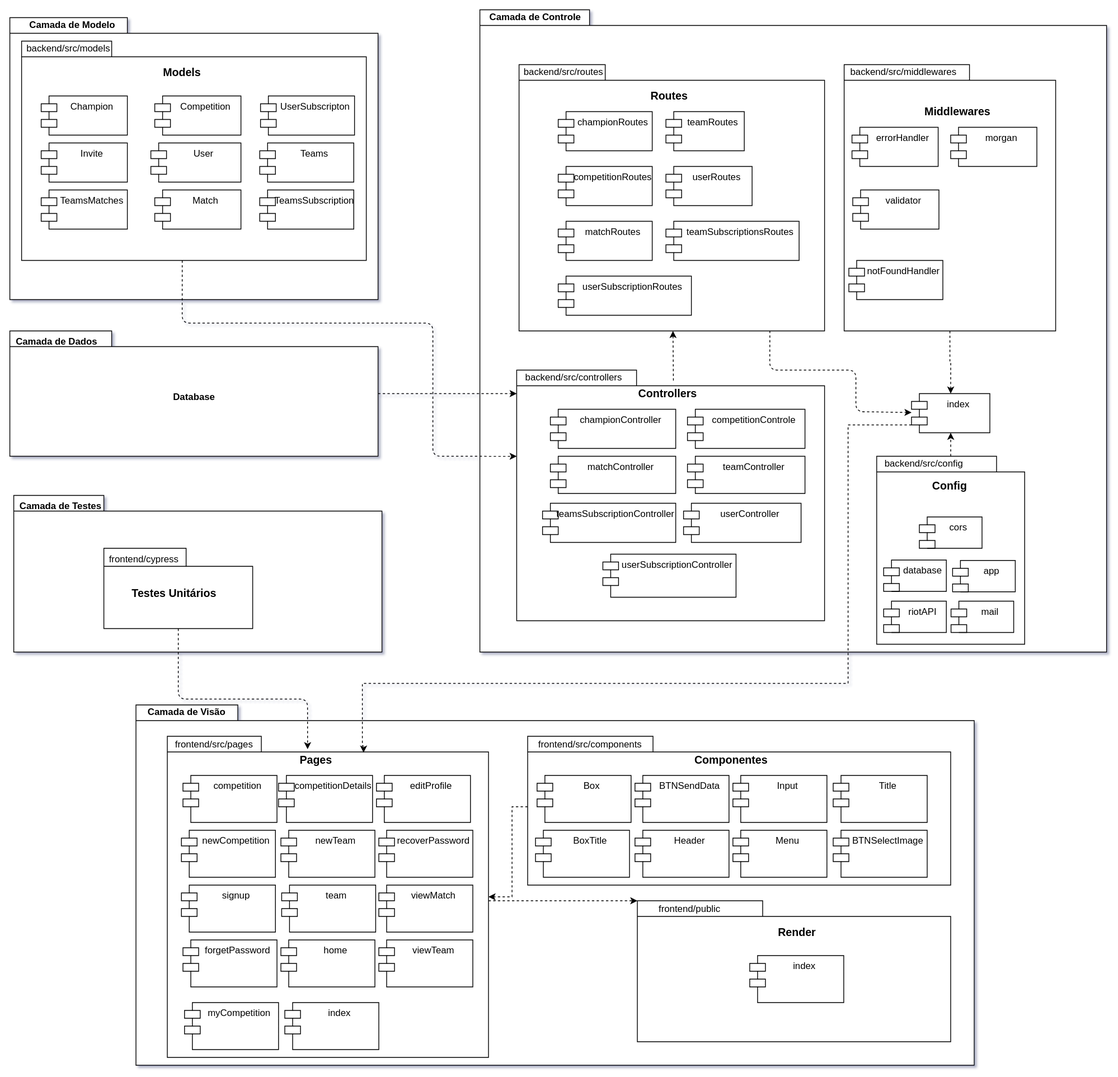
Earlier version of the draw.io export wiki-images/trab_arquitetura-To-be.svg (dsm-cefet-rj/trabalho-integrado-2020-1-grupo-1). Source tidied: cells renumbered, new cells last; positions are measured from the earlier drawing's top-left corner, leaving out a move shared by most shapes.
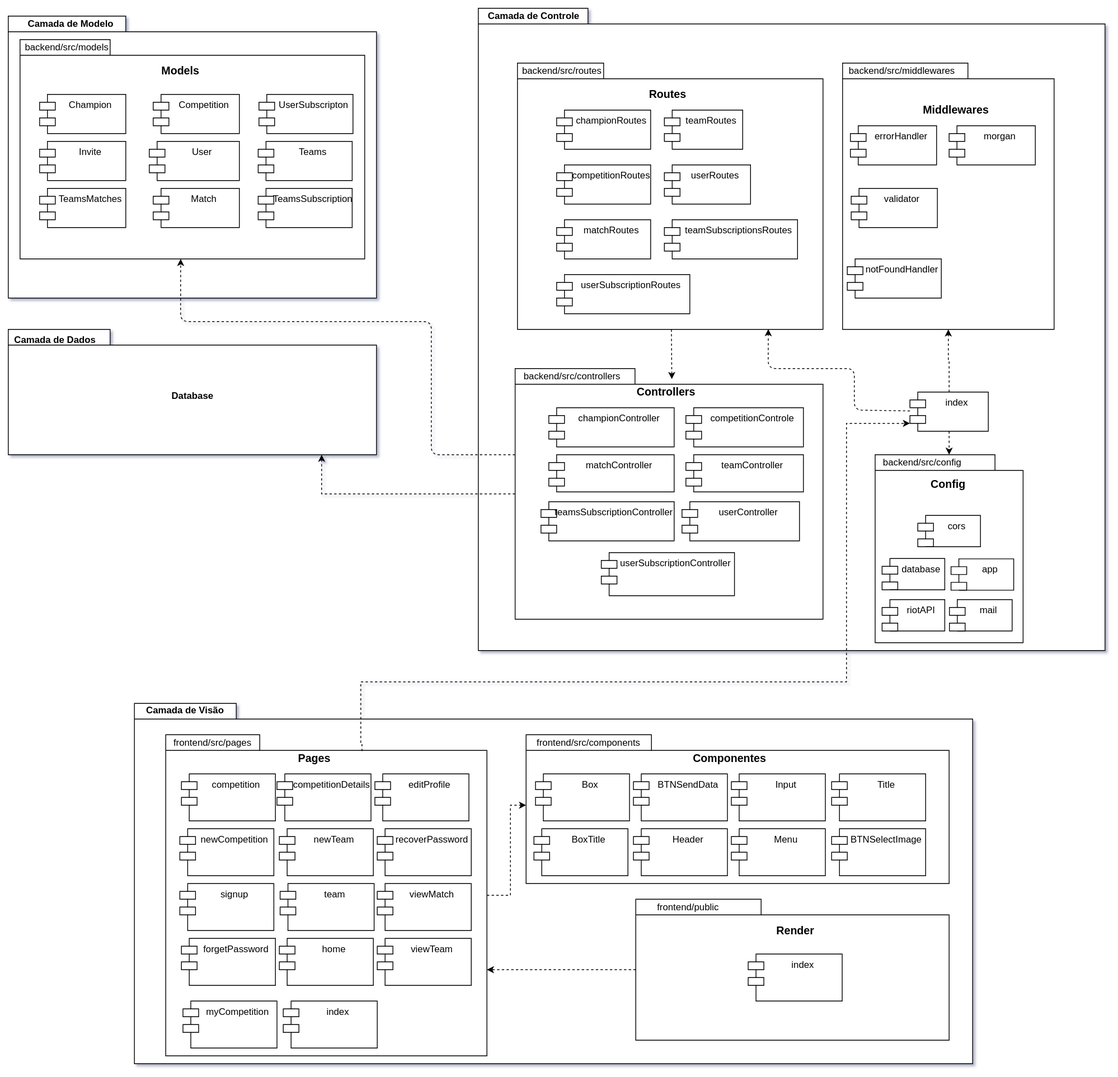
The same file after the commit.

What changed in the source:
```diff
@@ -47,7 +47,7 @@
     <mxCell id="16" style="shape=folder;fontStyle=1;spacingTop=10;tabWidth=153;tabHeight=20;tabPosition=left;html=1;" parent="1" vertex="1">
       <mxGeometry x="647" y="460" width="393" height="320" as="geometry" />
     </mxCell>
-    <mxCell id="17" style="edgeStyle=orthogonalEdgeStyle;rounded=0;jettySize=auto;html=1;dashed=1;entryX=0.5;entryY=0;entryDx=0;entryDy=0;" parent="1" edge="1" source="18" target="46">
+    <mxCell id="17" style="edgeStyle=orthogonalEdgeStyle;rounded=0;jettySize=auto;html=1;dashed=1;exitX=0.5;exitY=0;exitDx=0;exitDy=0;" parent="1" edge="1" source="46" target="18">
       <mxGeometry relative="1" as="geometry" />
     </mxCell>
     <mxCell id="18" style="shape=folder;fontStyle=1;spacingTop=10;tabWidth=160;tabHeight=20;tabPosition=left;html=1;" parent="1" vertex="1">
@@ -119,34 +119,22 @@
     <mxCell id="40" value="&lt;b&gt;Camada de Visão&lt;/b&gt;" style="text;html=1;strokeColor=none;fillColor=none;align=center;verticalAlign=middle;whiteSpace=wrap;rounded=0;" parent="1" vertex="1">
       <mxGeometry x="171" y="886.5" width="110" height="20" as="geometry" />
     </mxCell>
-    <mxCell id="41" style="shape=folder;fontStyle=1;spacingTop=10;tabWidth=115;tabHeight=20;tabPosition=left;html=1;" parent="1" vertex="1">
-      <mxGeometry x="5" y="620" width="470" height="200" as="geometry" />
-    </mxCell>
-    <mxCell id="42" value="&lt;b&gt;Camada de Testes&lt;/b&gt;" style="text;whiteSpace=wrap;html=1;align=center;" parent="1" vertex="1">
-      <mxGeometry x="5" y="620" width="120" height="30" as="geometry" />
-    </mxCell>
-    <mxCell id="43" style="shape=folder;fontStyle=1;spacingTop=10;tabWidth=105;tabHeight=23;tabPosition=left;html=1;" parent="1" vertex="1">
-      <mxGeometry x="120" y="687.5" width="190" height="102.5" as="geometry" />
-    </mxCell>
-    <mxCell id="44" value="frontend/cypress" style="text;whiteSpace=wrap;html=1;" parent="1" vertex="1">
-      <mxGeometry x="125" y="687.5" width="70" height="20" as="geometry" />
-    </mxCell>
-    <mxCell id="45" style="endArrow=classic;html=1;dashed=1;exitX=0.466;exitY=1;exitDx=0;exitDy=0;exitPerimeter=0;entryX=0;entryY=0.344;entryDx=0;entryDy=0;entryPerimeter=0;" parent="1" edge="1" source="3" target="16">
+    <mxCell id="45" style="endArrow=classic;html=1;dashed=1;exitX=0;exitY=0.344;exitDx=0;exitDy=0;exitPerimeter=0;entryX=0.466;entryY=1;entryDx=0;entryDy=0;entryPerimeter=0;" parent="1" edge="1" source="16" target="3">
       <mxGeometry relative="1" as="geometry">
         <Array as="points">
+          <mxPoint x="540" y="570" />
+          <mxPoint x="540" y="400" />
           <mxPoint x="220" y="400" />
-          <mxPoint x="540" y="400" />
-          <mxPoint x="540" y="570" />
         </Array>
       </mxGeometry>
     </mxCell>
     <mxCell id="46" value="index" style="shape=module;align=left;spacingLeft=20;align=center;verticalAlign=top;" parent="1" vertex="1">
       <mxGeometry x="1151" y="490" width="100" height="50" as="geometry" />
     </mxCell>
-    <mxCell id="47" style="endArrow=classic;html=1;dashed=1;exitX=0.509;exitY=0.042;exitDx=0;exitDy=0;exitPerimeter=0;" parent="1" edge="1" source="16" target="15">
+    <mxCell id="47" style="endArrow=classic;html=1;dashed=1;entryX=0.509;entryY=0.042;entryDx=0;entryDy=0;entryPerimeter=0;" parent="1" edge="1" source="15" target="16">
       <mxGeometry relative="1" as="geometry" />
     </mxCell>
-    <mxCell id="48" style="edgeStyle=orthogonalEdgeStyle;rounded=0;jettySize=auto;html=1;dashed=1;" parent="1" edge="1" source="49" target="77">
+    <mxCell id="48" style="edgeStyle=orthogonalEdgeStyle;rounded=0;jettySize=auto;html=1;dashed=1;" parent="1" edge="1" source="77" target="49">
       <mxGeometry relative="1" as="geometry">
         <Array as="points">
           <mxPoint x="671" y="1227.5" />
@@ -205,11 +193,11 @@
     <mxCell id="65" value="backend/src/models" style="text;html=1;strokeColor=none;fillColor=none;align=center;verticalAlign=middle;whiteSpace=wrap;rounded=0;" parent="1" vertex="1">
       <mxGeometry x="20" y="40" width="110" height="20" as="geometry" />
     </mxCell>
-    <mxCell id="66" style="edgeStyle=orthogonalEdgeStyle;rounded=0;jettySize=auto;html=1;dashed=1;" parent="1" edge="1" source="67" target="49">
+    <mxCell id="66" style="edgeStyle=orthogonalEdgeStyle;rounded=0;jettySize=auto;html=1;dashed=1;" parent="1" edge="1" source="49" target="67">
       <mxGeometry relative="1" as="geometry">
         <Array as="points">
+          <mxPoint x="641" y="1132.5" />
           <mxPoint x="641" y="1017.5" />
-          <mxPoint x="641" y="1132.5" />
         </Array>
       </mxGeometry>
     </mxCell>
@@ -252,28 +240,20 @@
     <mxCell id="79" value="index" style="shape=module;align=left;spacingLeft=20;align=center;verticalAlign=top;" parent="1" vertex="1">
       <mxGeometry x="944.5" y="1207.5" width="120" height="60" as="geometry" />
     </mxCell>
-    <mxCell id="80" style="edgeStyle=orthogonalEdgeStyle;rounded=0;jettySize=auto;html=1;entryX=0.611;entryY=0.051;entryDx=0;entryDy=0;entryPerimeter=0;dashed=1;" parent="1" edge="1" source="46" target="49">
+    <mxCell id="80" style="edgeStyle=orthogonalEdgeStyle;rounded=0;jettySize=auto;html=1;dashed=1;exitX=0.611;exitY=0.051;exitDx=0;exitDy=0;exitPerimeter=0;" parent="1" edge="1" source="49" target="46">
       <mxGeometry relative="1" as="geometry">
         <Array as="points">
+          <mxPoint x="452" y="940" />
+          <mxPoint x="450" y="940" />
+          <mxPoint x="450" y="860" />
+          <mxPoint x="1070" y="860" />
           <mxPoint x="1070" y="530" />
-          <mxPoint x="1070" y="860" />
-          <mxPoint x="450" y="860" />
-          <mxPoint x="450" y="940" />
-          <mxPoint x="452" y="940" />
         </Array>
       </mxGeometry>
     </mxCell>
     <mxCell id="81" value="validator" style="shape=module;align=left;spacingLeft=20;align=center;verticalAlign=top;" parent="1" vertex="1">
       <mxGeometry x="1076" y="230" width="110" height="50" as="geometry" />
     </mxCell>
-    <mxCell id="82" style="endArrow=classic;html=1;dashed=1;entryX=0.409;entryY=-0.175;entryDx=0;entryDy=0;entryPerimeter=0;" parent="1" edge="1" source="43" target="91">
-      <mxGeometry relative="1" as="geometry">
-        <Array as="points">
-          <mxPoint x="215" y="880" />
-          <mxPoint x="380" y="880" />
-        </Array>
-      </mxGeometry>
-    </mxCell>
     <mxCell id="83" style="edgeStyle=orthogonalEdgeStyle;rounded=0;orthogonalLoop=1;jettySize=auto;html=1;exitX=1;exitY=0;exitDx=0;exitDy=0;dashed=1;strokeColor=#000000;" parent="1" edge="1">
       <mxGeometry relative="1" as="geometry">
         <mxPoint x="1255" y="1360" as="targetPoint" />
@@ -288,9 +268,6 @@
     <mxCell id="85" value="&lt;b&gt;&lt;font style=&quot;font-size: 14px&quot;&gt;Routes&lt;/font&gt;&lt;/b&gt;" style="text;html=1;strokeColor=none;fillColor=none;align=center;verticalAlign=middle;whiteSpace=wrap;rounded=0;" parent="1" vertex="1">
       <mxGeometry x="822" y="100" width="40" height="20" as="geometry" />
     </mxCell>
-    <mxCell id="86" value="&lt;b&gt;&lt;font style=&quot;font-size: 14px&quot;&gt;Testes Unitários&lt;/font&gt;&lt;/b&gt;" style="text;html=1;strokeColor=none;fillColor=none;align=center;verticalAlign=middle;whiteSpace=wrap;rounded=0;" parent="1" vertex="1">
-      <mxGeometry x="150" y="735" width="120" height="20" as="geometry" />
-    </mxCell>
     <mxCell id="87" value="&lt;b&gt;&lt;font style=&quot;font-size: 14px&quot;&gt;Controllers&lt;/font&gt;&lt;/b&gt;" style="text;html=1;strokeColor=none;fillColor=none;align=center;verticalAlign=middle;whiteSpace=wrap;rounded=0;" parent="1" vertex="1">
       <mxGeometry x="780" y="480" width="120" height="20" as="geometry" />
     </mxCell>
@@ -306,7 +283,7 @@
     <mxCell id="91" value="&lt;b&gt;&lt;font style=&quot;font-size: 14px&quot;&gt;Pages&lt;/font&gt;&lt;/b&gt;" style="text;html=1;strokeColor=none;fillColor=none;align=center;verticalAlign=middle;whiteSpace=wrap;rounded=0;" parent="1" vertex="1">
       <mxGeometry x="331" y="947.5" width="120" height="20" as="geometry" />
     </mxCell>
-    <mxCell id="92" style="edgeStyle=orthogonalEdgeStyle;rounded=0;jettySize=auto;html=1;dashed=1;" parent="1" edge="1" source="93" target="16">
+    <mxCell id="92" style="edgeStyle=orthogonalEdgeStyle;rounded=0;jettySize=auto;html=1;dashed=1;" parent="1" edge="1" source="16" target="93">
       <mxGeometry relative="1" as="geometry">
         <Array as="points">
           <mxPoint x="400" y="620" />
@@ -319,16 +296,16 @@
     <mxCell id="94" value="Camada de Dados" style="text;align=center;fontStyle=1;verticalAlign=middle;spacingLeft=3;spacingRight=3;strokeColor=none;" parent="1" vertex="1">
       <mxGeometry x="20" y="410" width="80" height="26" as="geometry" />
     </mxCell>
-    <mxCell id="95" style="endArrow=classic;html=1;dashed=1;exitX=0.821;exitY=0.999;exitDx=0;exitDy=0;exitPerimeter=0;" parent="1" edge="1" source="15" target="46">
+    <mxCell id="95" style="endArrow=classic;html=1;dashed=1;entryX=0.821;entryY=0.999;entryDx=0;entryDy=0;entryPerimeter=0;" parent="1" edge="1" source="46" target="15">
       <mxGeometry relative="1" as="geometry">
         <Array as="points">
+          <mxPoint x="1080" y="513" />
+          <mxPoint x="1080" y="460" />
           <mxPoint x="970" y="460" />
-          <mxPoint x="1080" y="460" />
-          <mxPoint x="1080" y="513" />
         </Array>
       </mxGeometry>
     </mxCell>
-    <mxCell id="96" style="edgeStyle=orthogonalEdgeStyle;rounded=0;jettySize=auto;html=1;entryX=0.5;entryY=1;entryDx=0;entryDy=0;dashed=1;" parent="1" edge="1" source="97" target="46">
+    <mxCell id="96" style="edgeStyle=orthogonalEdgeStyle;rounded=0;jettySize=auto;html=1;dashed=1;exitX=0.5;exitY=1;exitDx=0;exitDy=0;" parent="1" edge="1" source="46" target="97">
       <mxGeometry relative="1" as="geometry" />
     </mxCell>
     <mxCell id="97" style="shape=folder;fontStyle=1;spacingTop=10;tabWidth=153;tabHeight=20;tabPosition=left;html=1;" parent="1" vertex="1">
```
